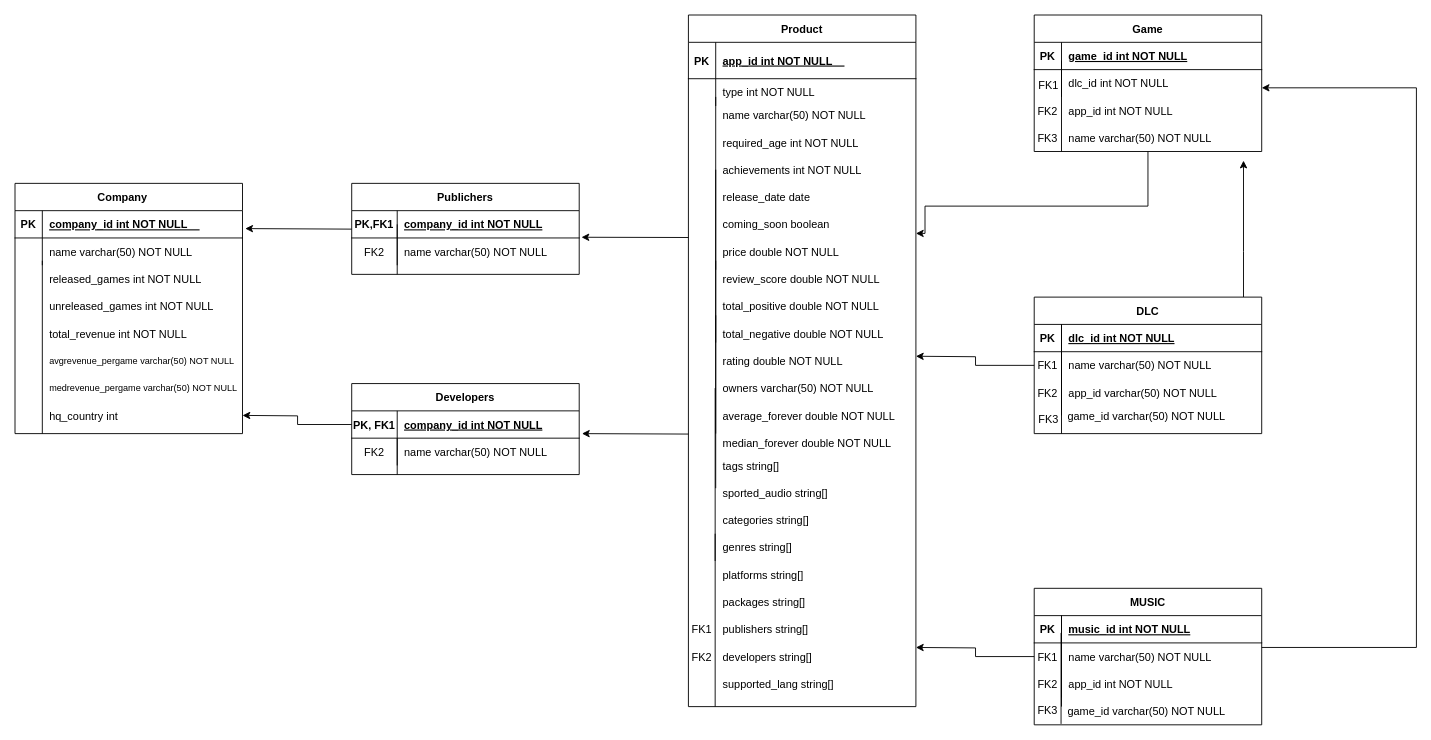
Cyber-Dragon-18/BD keeps this draw.io diagram as Trabalho/Untitled Diagram.drawio. Above is the earlier version. Source tidied: cells renumbered, new cells numbered last; positions are measured from the earlier drawing's top-left corner, leaving out a move shared by most shapes. Both pictures are drawn from the tidied source at 91%, with x=0, y=0 at pixel (15, 15).
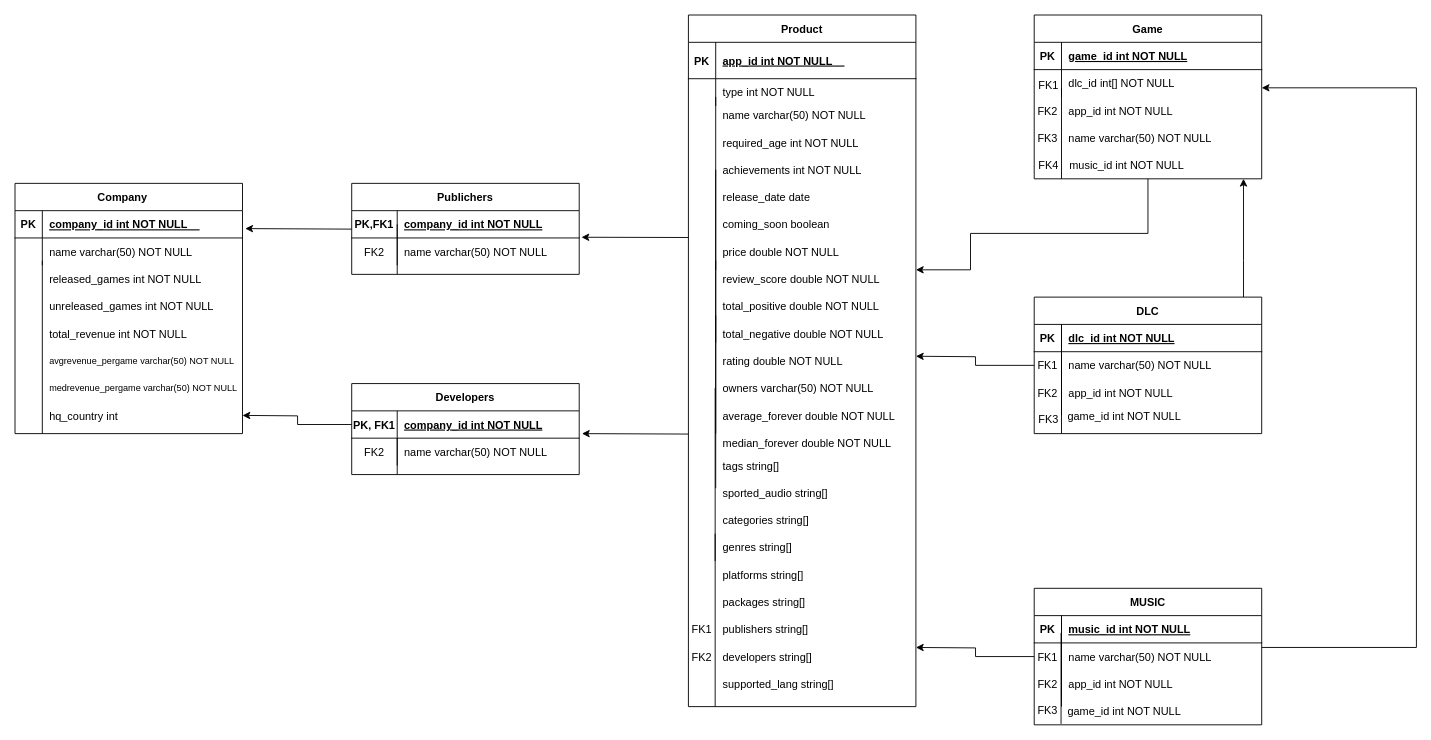
After the change.

Unchanged cells that the change refers to:
```xml
<mxCell id="6" style="shape=partialRectangle;fillColor=none;points=[[0,0.5],[1,0.5]];portConstraint=eastwest;top=0;left=0;right=0;bottom=0;" parent="2" vertex="1">
  <mxGeometry y="60" width="250" height="30" as="geometry" />
</mxCell>
<mxCell id="11" value="DLC" style="shape=table;startSize=30;childLayout=tableLayout;rowLines=0;fontStyle=1;align=center;" parent="1" vertex="1">
  <mxGeometry x="1120" y="310" width="250" height="150" as="geometry" />
</mxCell>
<mxCell id="18" style="shape=partialRectangle;fillColor=none;top=0;left=0;right=0;bottom=0;" parent="11" vertex="1">
  <mxGeometry y="90" width="250" height="30" as="geometry" />
</mxCell>
<mxCell id="112" style="shape=partialRectangle;fillColor=none;points=[[0,0.5],[1,0.5]];portConstraint=eastwest;top=0;left=0;right=0;bottom=0;" parent="1" vertex="1">
  <mxGeometry x="1120" y="120" width="250" height="30" as="geometry" />
</mxCell>
```

Change to the diagram source:
```diff
@@
     <mxCell id="2" value="Game" style="shape=table;startSize=30;childLayout=tableLayout;rowLines=0;fontStyle=1;align=center;" parent="1" vertex="1">
-      <mxGeometry x="1120" width="250" height="150" as="geometry" />
+      <mxGeometry x="1120" width="250" height="180" as="geometry" />
     </mxCell>
@@
-    <mxCell id="8" value="dlc_id int NOT NULL" style="shape=partialRectangle;overflow=hidden;fillColor=none;top=0;left=0;bottom=0;right=0;align=left;spacingLeft=6;" parent="6" vertex="1">
+    <mxCell id="8" value="dlc_id int[] NOT NULL" style="shape=partialRectangle;overflow=hidden;fillColor=none;top=0;left=0;bottom=0;right=0;align=left;spacingLeft=6;" parent="6" vertex="1">
       <mxGeometry x="30" width="220" height="30" as="geometry" />
     </mxCell>
@@
-    <mxCell id="10" style="edgeStyle=orthogonalEdgeStyle;rounded=0;jettySize=auto;html=1;" parent="1" edge="1" source="11">
-      <mxGeometry relative="1" as="geometry">
-        <mxPoint x="1350" y="160" as="targetPoint" />
-        <Array as="points">
-          <mxPoint x="1350" y="260" />
-          <mxPoint x="1350" y="260" />
-        </Array>
-      </mxGeometry>
-    </mxCell>
+    <mxCell id="122" style="edgeStyle=orthogonalEdgeStyle;rounded=0;jettySize=auto;html=1;" parent="1" edge="1" source="11">
+      <mxGeometry relative="1" as="geometry">
+        <mxPoint x="1350" y="180" as="targetPoint" />
+        <Array as="points">
+          <mxPoint x="1350" y="270" />
+          <mxPoint x="1350" y="270" />
+        </Array>
+      </mxGeometry>
+    </mxCell>
@@
-    <mxCell id="20" value="app_id varchar(50) NOT NULL" style="shape=partialRectangle;overflow=hidden;fillColor=none;top=0;left=0;bottom=0;right=0;align=left;spacingLeft=6;" parent="18" vertex="1">
+    <mxCell id="20" value="app_id int NOT NULL" style="shape=partialRectangle;overflow=hidden;fillColor=none;top=0;left=0;bottom=0;right=0;align=left;spacingLeft=6;" parent="18" vertex="1">
       <mxGeometry x="30" width="220" height="30" as="geometry" />
     </mxCell>
@@
+    <mxCell id="123" style="edgeStyle=orthogonalEdgeStyle;rounded=0;orthogonalLoop=1;jettySize=auto;html=1;" parent="1" edge="1">
+      <mxGeometry relative="1" as="geometry">
+        <mxPoint x="1245" y="180" as="sourcePoint" />
+        <mxPoint x="990" y="280" as="targetPoint" />
+        <Array as="points">
+          <mxPoint x="1245" y="240" />
+          <mxPoint x="1050" y="240" />
+        </Array>
+      </mxGeometry>
+    </mxCell>
@@
     <mxCell id="50" style="endArrow=none;html=1;rounded=0;" parent="1" edge="1">
       <mxGeometry relative="1" as="geometry">
-        <mxPoint x="1150" y="150" as="sourcePoint" />
-        <mxPoint x="1150" y="50" as="targetPoint" />
+        <mxPoint x="1150" y="180" as="sourcePoint" />
+        <mxPoint x="1150" y="80" as="targetPoint" />
       </mxGeometry>
     </mxCell>
@@
-    <mxCell id="111" style="edgeStyle=orthogonalEdgeStyle;rounded=0;jettySize=auto;html=1;" parent="1" edge="1" source="112">
-      <mxGeometry relative="1" as="geometry">
-        <mxPoint x="990" y="240" as="targetPoint" />
-        <Array as="points">
-          <mxPoint x="1245" y="210" />
-          <mxPoint x="1000" y="210" />
-        </Array>
-      </mxGeometry>
-    </mxCell>
@@
-    <mxCell id="116" value="game_id varchar(50) NOT NULL" style="shape=partialRectangle;overflow=hidden;fillColor=none;top=0;left=0;bottom=0;right=0;align=left;spacingLeft=6;" parent="1" vertex="1">
+    <mxCell id="116" value="game_id int NOT NULL" style="shape=partialRectangle;overflow=hidden;fillColor=none;top=0;left=0;bottom=0;right=0;align=left;spacingLeft=6;" parent="1" vertex="1">
       <mxGeometry x="1149" y="425" width="220" height="30" as="geometry" />
     </mxCell>
@@
-    <mxCell id="119" value="game_id varchar(50) NOT NULL" style="shape=partialRectangle;overflow=hidden;fillColor=none;top=0;left=0;bottom=0;right=0;align=left;spacingLeft=6;" parent="1" vertex="1">
+    <mxCell id="119" value="game_id int NOT NULL" style="shape=partialRectangle;overflow=hidden;fillColor=none;top=0;left=0;bottom=0;right=0;align=left;spacingLeft=6;" parent="1" vertex="1">
       <mxGeometry x="1149" y="750" width="220" height="30" as="geometry" />
     </mxCell>
@@
+    <mxCell id="124" value="music_id int NOT NULL" style="shape=partialRectangle;overflow=hidden;fillColor=none;top=0;left=0;bottom=0;right=0;align=left;spacingLeft=6;" parent="1" vertex="1">
+      <mxGeometry x="1151" y="150" width="220" height="30" as="geometry" />
+    </mxCell>
+    <mxCell id="125" value="FK4" style="shape=partialRectangle;overflow=hidden;fillColor=none;top=0;left=0;bottom=0;right=0;" parent="1" vertex="1">
+      <mxGeometry x="1121" y="150" width="30" height="30" as="geometry" />
+    </mxCell>
```
